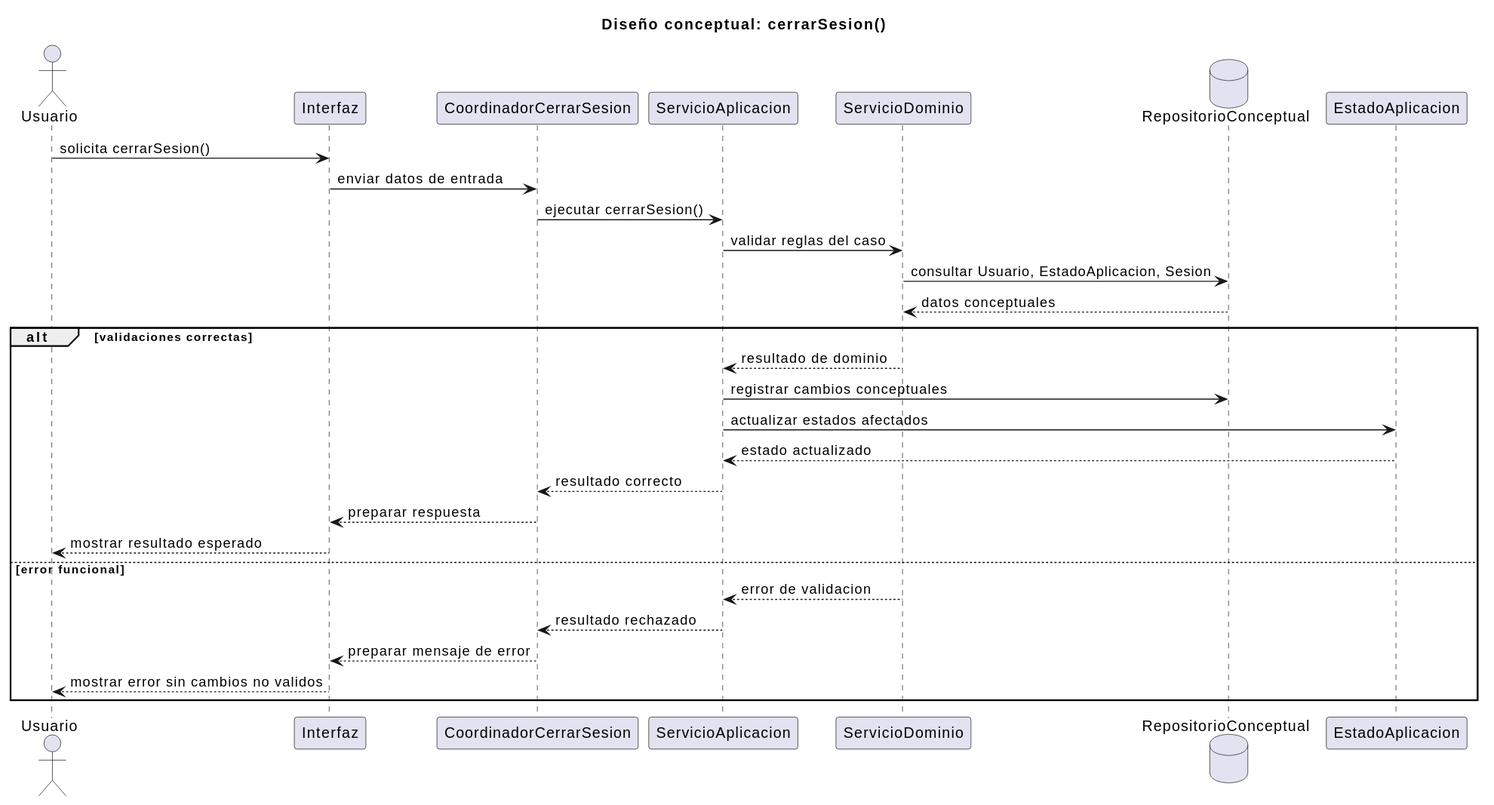
The PlantUML diagram documents/RUP/02-diseño/casos-uso/gestion-sesion/cerrarSesion/secuencia.svg in inigovaqueroo04/25-26-idsw2-sdVC, before a commit.
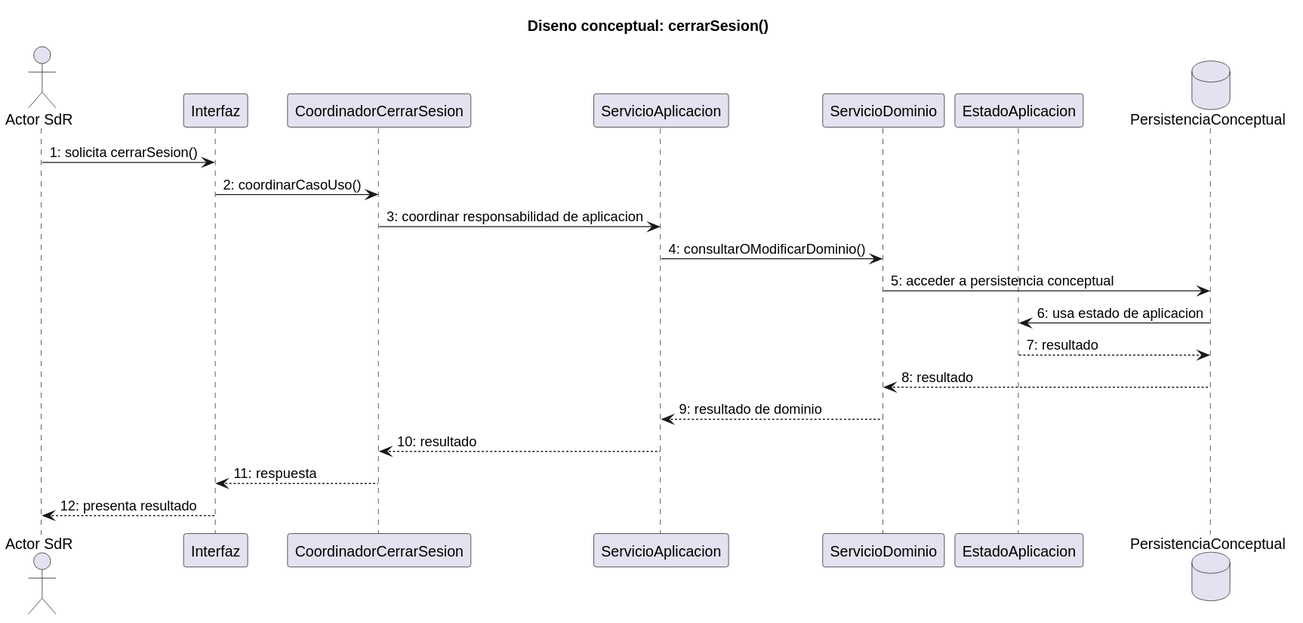
Above is the later version.

Commit message:
docs: ajustar diseno de cerrar sesion

Diff of the diagram source:
```diff
@@ -1,33 +1,24 @@
 @startuml
-title Diseño conceptual: cerrarSesion()
+title Diseno conceptual: cerrarSesion()
 
-actor "Usuario" as Usuario
+actor "Actor SdR" as Actor
 participant "Interfaz" as Interfaz
 participant "CoordinadorCerrarSesion" as Coordinador
 participant "ServicioAplicacion" as ServicioAplicacion
 participant "ServicioDominio" as ServicioDominio
-database "RepositorioConceptual" as Repositorio
 participant "EstadoAplicacion" as EstadoAplicacion
+database "PersistenciaConceptual" as Persistencia
 
-Usuario -> Interfaz : solicita cerrarSesion()
-Interfaz -> Coordinador : enviar datos de entrada
-Coordinador -> ServicioAplicacion : ejecutar cerrarSesion()
-ServicioAplicacion -> ServicioDominio : validar reglas del caso
-ServicioDominio -> Repositorio : consultar Usuario, EstadoAplicacion, Sesion
-Repositorio --> ServicioDominio : datos conceptuales
-
-alt validaciones correctas
-  ServicioDominio --> ServicioAplicacion : resultado de dominio
-  ServicioAplicacion -> Repositorio : registrar cambios conceptuales
-  ServicioAplicacion -> EstadoAplicacion : actualizar estados afectados
-  EstadoAplicacion --> ServicioAplicacion : estado actualizado
-  ServicioAplicacion --> Coordinador : resultado correcto
-  Coordinador --> Interfaz : preparar respuesta
-  Interfaz --> Usuario : mostrar resultado esperado
-else error funcional
-  ServicioDominio --> ServicioAplicacion : error de validacion
-  ServicioAplicacion --> Coordinador : resultado rechazado
-  Coordinador --> Interfaz : preparar mensaje de error
-  Interfaz --> Usuario : mostrar error sin cambios no validos
-end
+Actor -> Interfaz : 1: solicita cerrarSesion()
+Interfaz -> Coordinador : 2: coordinarCasoUso()
+Coordinador -> ServicioAplicacion : 3: coordinar responsabilidad de aplicacion
+ServicioAplicacion -> ServicioDominio : 4: consultarOModificarDominio()
+ServicioDominio -> Persistencia : 5: acceder a persistencia conceptual
+Persistencia -> EstadoAplicacion : 6: usa estado de aplicacion
+EstadoAplicacion --> Persistencia : 7: resultado
+Persistencia --> ServicioDominio : 8: resultado
+ServicioDominio --> ServicioAplicacion : 9: resultado de dominio
+ServicioAplicacion --> Coordinador : 10: resultado
+Coordinador --> Interfaz : 11: respuesta
+Interfaz --> Actor : 12: presenta resultado
 @enduml
```
